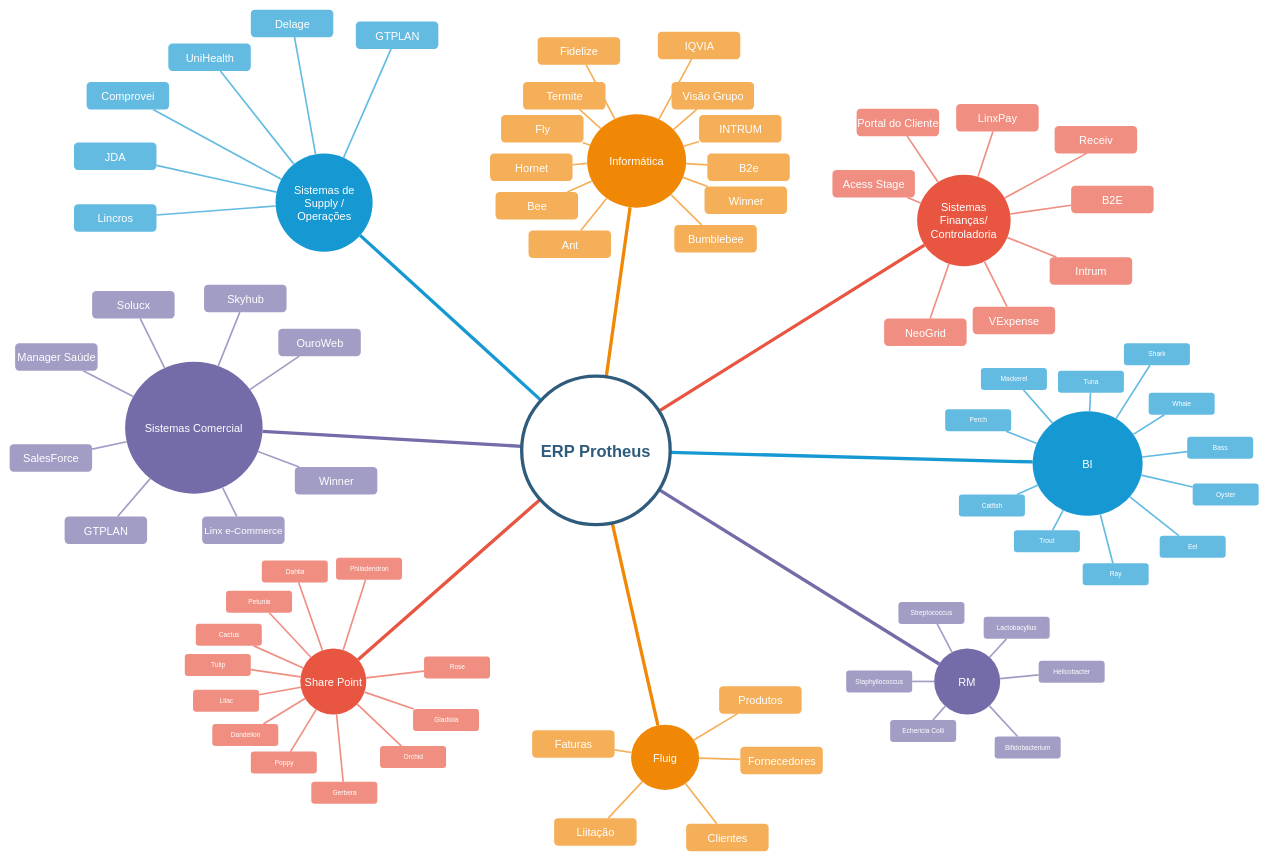
This is Untitled Diagram.drawio from diegoNascimentoElfa/MeusTrabalhos, a draw.io file, before an edit. Source tidied: cells renumbered, new cells numbered last; positions are measured from the earlier drawing's top-left corner, leaving out a move shared by most shapes. Both pictures are drawn from the tidied source at 55%, with x=0, y=0 at pixel (9, 9).
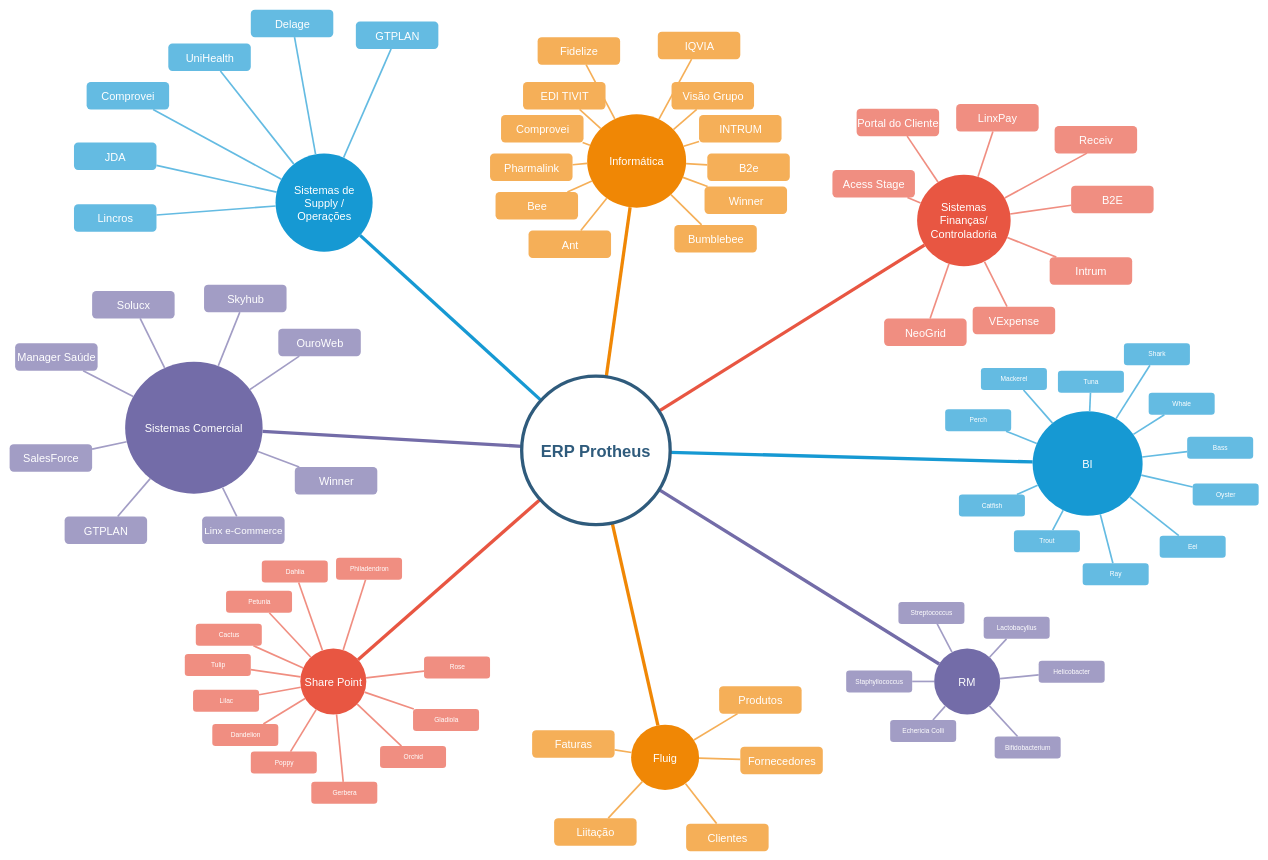
After the change.

Change to the diagram source:
```diff
@@
-    <mxCell id="25" value="Hornet" style="rounded=1;fillColor=#f5af58;strokeColor=none;strokeWidth=3;shadow=0;html=1;fontColor=#FFFFFF;fontSize=20;" parent="1" vertex="1">
+    <mxCell id="25" value="Pharmalink" style="rounded=1;fillColor=#f5af58;strokeColor=none;strokeWidth=3;shadow=0;html=1;fontColor=#FFFFFF;fontSize=20;" parent="1" vertex="1">
       <mxGeometry x="873.5" y="261.5" width="150" height="50" as="geometry" />
     </mxCell>
-    <mxCell id="26" value="Fly" style="rounded=1;fillColor=#f5af58;strokeColor=none;strokeWidth=3;shadow=0;html=1;fontColor=#FFFFFF;fontSize=20;" parent="1" vertex="1">
+    <mxCell id="26" value="Comprovei" style="rounded=1;fillColor=#f5af58;strokeColor=none;strokeWidth=3;shadow=0;html=1;fontColor=#FFFFFF;fontSize=20;" parent="1" vertex="1">
       <mxGeometry x="893.5" y="191.5" width="150" height="50" as="geometry" />
     </mxCell>
-    <mxCell id="27" value="Termite" style="rounded=1;fillColor=#f5af58;strokeColor=none;strokeWidth=3;shadow=0;html=1;fontColor=#FFFFFF;fontSize=20;" parent="1" vertex="1">
+    <mxCell id="27" value="EDI TIVIT" style="rounded=1;fillColor=#f5af58;strokeColor=none;strokeWidth=3;shadow=0;html=1;fontColor=#FFFFFF;fontSize=20;" parent="1" vertex="1">
       <mxGeometry x="933.5" y="131.5" width="150" height="50" as="geometry" />
     </mxCell>
```
